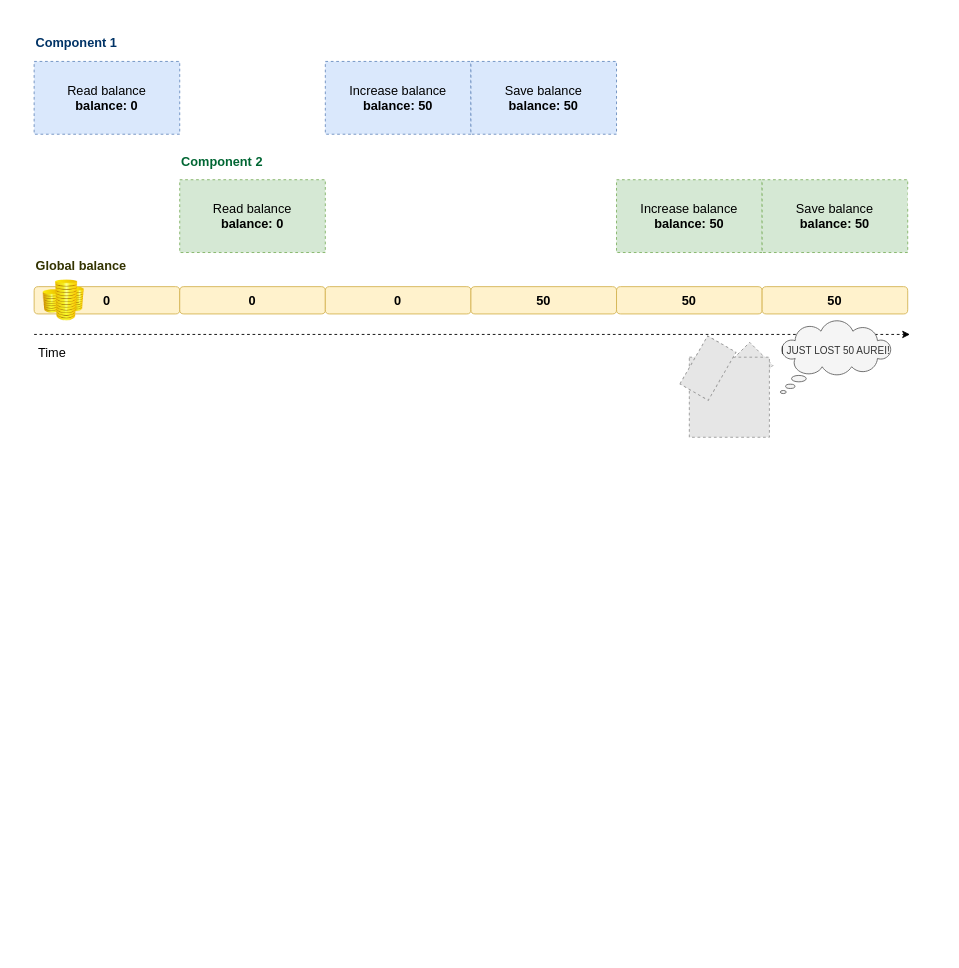
Earlier version of the draw.io diagram src/blog/articles/node-js-race-conditions/aurei-race-condition-node-js.drawio (nodejs-design-patterns-book/nodejsdesignpatterns.com). Source tidied: cells renumbered, new cells numbered last; positions are measured from the earlier drawing's top-left corner, leaving out a move shared by most shapes. Both pictures are drawn from the tidied source at 91%, with x=0, y=0 at pixel (15, 15). Pictures stored in the file or linked from it are replaced by grey dashed boxes.
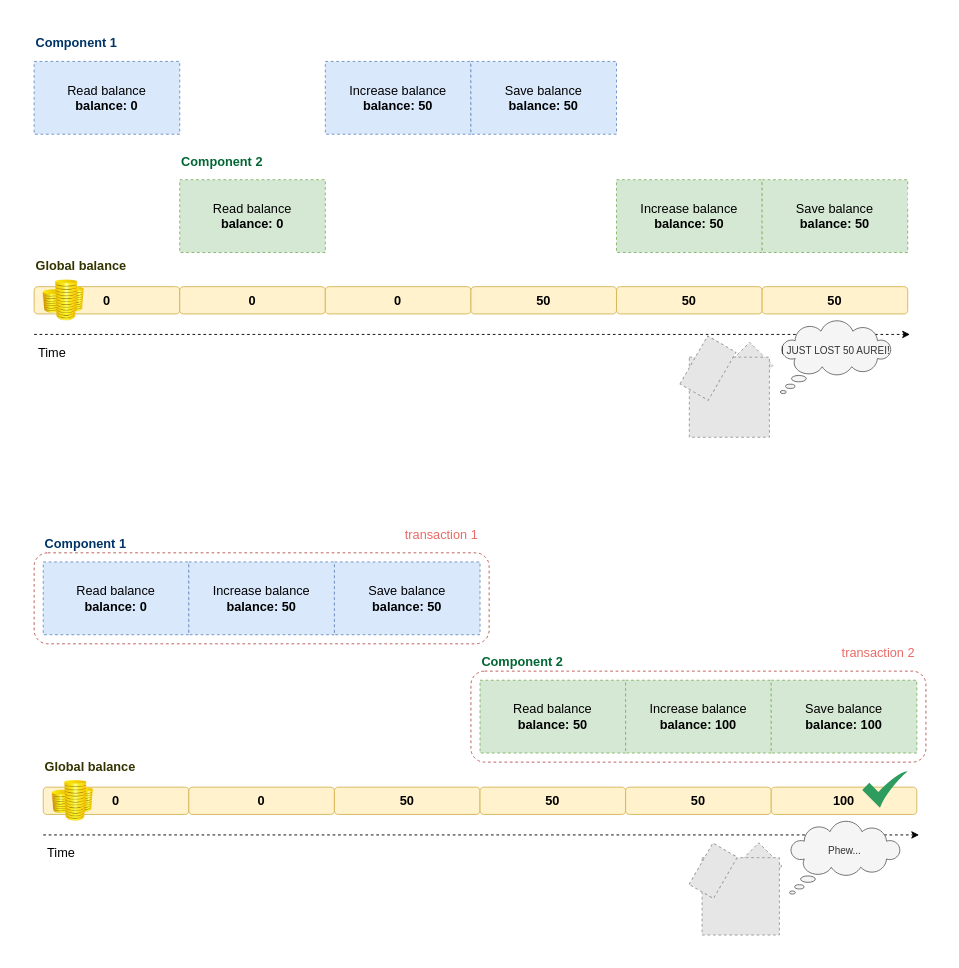
The same page after the edit.

The edit, as a diff of the source:
```diff
@@
+    <mxCell id="29" style="fillColor=#E6E6E6;strokeColor=#999999;dashed=1;verticalLabelPosition=bottom;labelBackgroundColor=#ffffff;verticalAlign=top;fontColor=#006633;rotation=-45;" parent="1" vertex="1">
+      <mxGeometry x="777" y="925" width="61" height="36" as="geometry" />
+    </mxCell>
@@
+    <mxCell id="30" value="Read balance&lt;br style=&quot;font-size: 14px;&quot;&gt;&lt;b style=&quot;font-size: 14px;&quot;&gt;balance: 0&lt;/b&gt;" style="rounded=0;whiteSpace=wrap;html=1;fontSize=14;fillColor=#dae8fc;strokeColor=#6c8ebf;dashed=1;" parent="1" vertex="1">
+      <mxGeometry x="30" y="600" width="160" height="80" as="geometry" />
+    </mxCell>
+    <mxCell id="31" value="Component 1" style="text;html=1;strokeColor=none;fillColor=none;align=left;verticalAlign=middle;whiteSpace=wrap;rounded=0;fontSize=14;fontStyle=1;fontColor=#003366;" parent="1" vertex="1">
+      <mxGeometry x="30" y="570" width="120" height="20" as="geometry" />
+    </mxCell>
+    <mxCell id="32" value="Component 2" style="text;html=1;strokeColor=none;fillColor=none;align=left;verticalAlign=middle;whiteSpace=wrap;rounded=0;fontSize=14;fontStyle=1;fontColor=#006633;" parent="1" vertex="1">
+      <mxGeometry x="510" y="700" width="120" height="20" as="geometry" />
+    </mxCell>
+    <mxCell id="33" value="Read balance&lt;br style=&quot;font-size: 14px&quot;&gt;&lt;b style=&quot;font-size: 14px&quot;&gt;balance: 50&lt;/b&gt;" style="rounded=0;whiteSpace=wrap;html=1;fontSize=14;fillColor=#d5e8d4;strokeColor=#82b366;dashed=1;" parent="1" vertex="1">
+      <mxGeometry x="510" y="730" width="160" height="80" as="geometry" />
+    </mxCell>
+    <mxCell id="34" value="Increase balance&lt;br style=&quot;font-size: 14px&quot;&gt;&lt;b style=&quot;font-size: 14px&quot;&gt;balance: 50&lt;/b&gt;" style="rounded=0;whiteSpace=wrap;html=1;fontSize=14;fillColor=#dae8fc;strokeColor=#6c8ebf;dashed=1;" parent="1" vertex="1">
+      <mxGeometry x="190" y="600" width="160" height="80" as="geometry" />
+    </mxCell>
+    <mxCell id="35" value="Save balance&lt;br style=&quot;font-size: 14px&quot;&gt;&lt;b style=&quot;font-size: 14px&quot;&gt;balance: 50&lt;/b&gt;" style="rounded=0;whiteSpace=wrap;html=1;fontSize=14;fillColor=#dae8fc;strokeColor=#6c8ebf;dashed=1;" parent="1" vertex="1">
+      <mxGeometry x="350" y="600" width="160" height="80" as="geometry" />
+    </mxCell>
+    <mxCell id="36" value="Increase balance&lt;br style=&quot;font-size: 14px&quot;&gt;&lt;b style=&quot;font-size: 14px&quot;&gt;balance: 100&lt;/b&gt;" style="rounded=0;whiteSpace=wrap;html=1;fontSize=14;fillColor=#d5e8d4;strokeColor=#82b366;dashed=1;" parent="1" vertex="1">
+      <mxGeometry x="670" y="730" width="160" height="80" as="geometry" />
+    </mxCell>
+    <mxCell id="37" value="Save balance&lt;br style=&quot;font-size: 14px&quot;&gt;&lt;b style=&quot;font-size: 14px&quot;&gt;balance: 100&lt;/b&gt;" style="rounded=0;whiteSpace=wrap;html=1;fontSize=14;fillColor=#d5e8d4;strokeColor=#82b366;dashed=1;" parent="1" vertex="1">
+      <mxGeometry x="830" y="730" width="160" height="80" as="geometry" />
+    </mxCell>
+    <mxCell id="38" style="endArrow=classic;dashed=1;html=1;fontSize=14;endFill=1;" parent="1" edge="1">
+      <mxGeometry relative="1" as="geometry">
+        <mxPoint x="30" y="900" as="sourcePoint" />
+        <mxPoint x="992.5" y="900" as="targetPoint" />
+      </mxGeometry>
+    </mxCell>
+    <mxCell id="39" value="Time" style="text;html=1;strokeColor=none;fillColor=none;align=center;verticalAlign=middle;whiteSpace=wrap;rounded=0;fontSize=14;" parent="1" vertex="1">
+      <mxGeometry x="30" y="910" width="40" height="20" as="geometry" />
+    </mxCell>
+    <mxCell id="40" value="Global balance" style="text;html=1;align=left;verticalAlign=middle;whiteSpace=wrap;rounded=0;fontSize=14;fontStyle=1;fontColor=#333300;" parent="1" vertex="1">
+      <mxGeometry x="30" y="810" width="120" height="30" as="geometry" />
+    </mxCell>
+    <mxCell id="41" value="&lt;b&gt;0&lt;/b&gt;" style="rounded=1;whiteSpace=wrap;html=1;fontSize=14;fillColor=#fff2cc;strokeColor=#d6b656;" parent="1" vertex="1">
+      <mxGeometry x="30" y="847.5" width="160" height="30" as="geometry" />
+    </mxCell>
+    <mxCell id="42" value="&lt;b&gt;0&lt;/b&gt;" style="rounded=1;whiteSpace=wrap;html=1;fontSize=14;fillColor=#fff2cc;strokeColor=#d6b656;" parent="1" vertex="1">
+      <mxGeometry x="190" y="847.5" width="160" height="30" as="geometry" />
+    </mxCell>
+    <mxCell id="43" value="&lt;b&gt;50&lt;/b&gt;" style="rounded=1;whiteSpace=wrap;html=1;fontSize=14;fillColor=#fff2cc;strokeColor=#d6b656;" parent="1" vertex="1">
+      <mxGeometry x="350" y="847.5" width="160" height="30" as="geometry" />
+    </mxCell>
+    <mxCell id="44" value="&lt;b&gt;50&lt;/b&gt;" style="rounded=1;whiteSpace=wrap;html=1;fontSize=14;fillColor=#fff2cc;strokeColor=#d6b656;" parent="1" vertex="1">
+      <mxGeometry x="510" y="847.5" width="160" height="30" as="geometry" />
+    </mxCell>
+    <mxCell id="45" value="&lt;b&gt;50&lt;/b&gt;" style="rounded=1;whiteSpace=wrap;html=1;fontSize=14;fillColor=#fff2cc;strokeColor=#d6b656;" parent="1" vertex="1">
+      <mxGeometry x="670" y="847.5" width="160" height="30" as="geometry" />
+    </mxCell>
+    <mxCell id="46" value="&lt;b&gt;100&lt;/b&gt;" style="rounded=1;whiteSpace=wrap;html=1;fontSize=14;fillColor=#fff2cc;strokeColor=#d6b656;" parent="1" vertex="1">
+      <mxGeometry x="830" y="847.5" width="160" height="30" as="geometry" />
+    </mxCell>
+    <mxCell id="47" style="image;html=1;image=img/lib/clip_art/finance/Coins_128x128.png;fontSize=14;align=right;" parent="1" vertex="1">
+      <mxGeometry x="40" y="840" width="45" height="45" as="geometry" />
+    </mxCell>
+    <mxCell id="48" style="rounded=0;whiteSpace=wrap;html=1;dashed=1;sketch=0;fontSize=14;align=right;strokeColor=none;" parent="1" vertex="1">
+      <mxGeometry x="1000" y="740" width="20" height="20" as="geometry" />
+    </mxCell>
+    <mxCell id="49" style="rounded=0;whiteSpace=wrap;html=1;dashed=1;sketch=0;fontSize=14;align=right;strokeColor=none;" parent="1" vertex="1">
+      <mxGeometry x="830" y="1010" width="20" height="20" as="geometry" />
+    </mxCell>
+    <mxCell id="50" style="rounded=0;whiteSpace=wrap;html=1;dashed=1;sketch=0;fontSize=14;align=right;strokeColor=none;" parent="1" vertex="1">
+      <mxGeometry x="310" y="540" width="20" height="20" as="geometry" />
+    </mxCell>
+    <mxCell id="51" style="rounded=0;whiteSpace=wrap;html=1;dashed=1;sketch=0;fontSize=14;align=right;strokeColor=none;" parent="1" vertex="1">
+      <mxGeometry x="10" y="930" width="20" height="20" as="geometry" />
+    </mxCell>
+    <mxCell id="52" style="rounded=1;whiteSpace=wrap;html=1;dashed=1;sketch=0;fontSize=14;align=left;strokeColor=#b85450;fillColor=none;" parent="1" vertex="1">
+      <mxGeometry x="20" y="590" width="500" height="100" as="geometry" />
+    </mxCell>
+    <mxCell id="53" style="rounded=1;whiteSpace=wrap;html=1;dashed=1;sketch=0;fontSize=14;align=left;strokeColor=#b85450;fillColor=none;" parent="1" vertex="1">
+      <mxGeometry x="500" y="720" width="500" height="100" as="geometry" />
+    </mxCell>
+    <mxCell id="54" value="&lt;font color=&quot;#ea6b66&quot;&gt;transaction 1&lt;/font&gt;" style="text;html=1;strokeColor=none;fillColor=none;align=right;verticalAlign=middle;whiteSpace=wrap;rounded=0;dashed=1;sketch=0;fontSize=14;fontColor=#006633;" parent="1" vertex="1">
+      <mxGeometry x="390" y="560" width="120" height="20" as="geometry" />
+    </mxCell>
+    <mxCell id="55" value="&lt;font color=&quot;#ea6b66&quot;&gt;transaction 2&lt;br&gt;&lt;/font&gt;" style="text;html=1;strokeColor=none;fillColor=none;align=right;verticalAlign=middle;whiteSpace=wrap;rounded=0;dashed=1;sketch=0;fontSize=14;fontColor=#006633;" parent="1" vertex="1">
+      <mxGeometry x="870" y="690" width="120" height="20" as="geometry" />
+    </mxCell>
+    <mxCell id="56" style="fillColor=#E6E6E6;strokeColor=#999999;dashed=1;html=1;verticalAlign=top;verticalLabelPosition=bottom;labelBackgroundColor=#ffffff;fontSize=14;fontColor=#006633;align=right;" parent="1" vertex="1">
+      <mxGeometry x="754" y="925" width="85" height="85" as="geometry" />
+    </mxCell>
+    <mxCell id="57" value="&lt;font style=&quot;font-size: 11px&quot;&gt;Phew...&lt;br&gt;&lt;br&gt;&lt;/font&gt;" style="whiteSpace=wrap;html=1;shape=mxgraph.basic.cloud_callout;fontSize=14;align=center;fillColor=#f5f5f5;strokeColor=#666666;fontColor=#333333;" parent="1" vertex="1">
+      <mxGeometry x="850" y="885" width="122" height="80" as="geometry" />
+    </mxCell>
+    <mxCell id="58" style="fillColor=#E6E6E6;strokeColor=#999999;dashed=1;verticalLabelPosition=bottom;labelBackgroundColor=#ffffff;verticalAlign=top;fontColor=#006633;rotation=-60;" parent="1" vertex="1">
+      <mxGeometry x="740" y="923.9" width="52.5" height="31" as="geometry" />
+    </mxCell>
+    <mxCell id="59" style="html=1;strokeColor=none;shadow=0;align=center;verticalAlign=top;fillColor=#2D9C5E;shape=mxgraph.gcp2.check;dashed=1;sketch=0;fontSize=14;fontColor=#006633;" parent="1" vertex="1">
+      <mxGeometry x="930" y="830" width="50" height="40" as="geometry" />
+    </mxCell>
```
